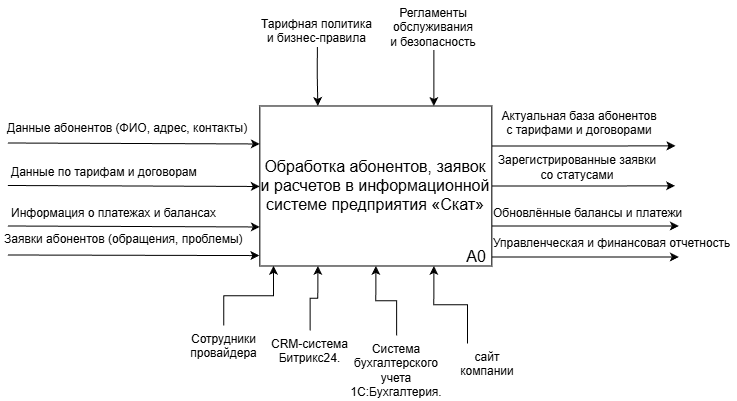
Earlier version of the draw.io export Диаграммы/IDEF0 0ур ПП.drawio.png (yMep2211/PP-01.01). Source tidied: cells renumbered, new cells last; positions are measured from the earlier drawing's top-left corner, leaving out a move shared by most shapes. Its diagram source:
```xml
<mxGraphModel>
  <root>
    <mxCell id="0" />
    <mxCell id="1" parent="0" />
    <mxCell id="2" style="edgeStyle=orthogonalEdgeStyle;rounded=0;jettySize=auto;html=1;exitX=1;exitY=0.25;exitDx=0;exitDy=0;" parent="1" edge="1" source="5">
      <mxGeometry relative="1" as="geometry">
        <mxPoint x="673" y="146.3" as="targetPoint" />
      </mxGeometry>
    </mxCell>
    <mxCell id="3" style="edgeStyle=orthogonalEdgeStyle;rounded=0;jettySize=auto;html=1;exitX=1;exitY=0.5;exitDx=0;exitDy=0;" parent="1" edge="1" source="5">
      <mxGeometry relative="1" as="geometry">
        <mxPoint x="672.6" y="186.3" as="targetPoint" />
      </mxGeometry>
    </mxCell>
    <mxCell id="4" style="edgeStyle=orthogonalEdgeStyle;rounded=0;jettySize=auto;html=1;exitX=1;exitY=0.75;exitDx=0;exitDy=0;" parent="1" edge="1" source="5">
      <mxGeometry relative="1" as="geometry">
        <mxPoint x="676.3" y="226.5" as="targetPoint" />
      </mxGeometry>
    </mxCell>
    <mxCell id="5" value="&lt;div&gt;&lt;span style=&quot;font-size: 16px;&quot;&gt;Обработка абонентов, заявок и расчетов в информационной системе предприятия «Скат»&lt;/span&gt;&lt;/div&gt;" style="rounded=0;whiteSpace=wrap;html=1;" parent="1" vertex="1">
      <mxGeometry x="257.3" y="106.5" width="232" height="160" as="geometry" />
    </mxCell>
    <mxCell id="6" value="Данные абонентов (ФИО, адрес, контакты)" style="text;whiteSpace=wrap;" parent="1" vertex="1">
      <mxGeometry x="3.3" y="115.5" width="245" height="27" as="geometry" />
    </mxCell>
    <mxCell id="7" value="Данные по тарифам и договорам" style="text;whiteSpace=wrap;" parent="1" vertex="1">
      <mxGeometry x="7.3" y="159.5" width="192" height="24" as="geometry" />
    </mxCell>
    <mxCell id="8" value="Информация о платежах и балансах" style="text;whiteSpace=wrap;" parent="1" vertex="1">
      <mxGeometry x="7.3" y="200.5" width="213" height="22" as="geometry" />
    </mxCell>
    <mxCell id="9" value="Заявки абонентов (обращения, проблемы)" style="text;whiteSpace=wrap;" parent="1" vertex="1">
      <mxGeometry x="0.3" y="226.5" width="245" height="25" as="geometry" />
    </mxCell>
    <mxCell id="10" style="endArrow=classic;html=1;rounded=0;entryX=-0.002;entryY=0.935;entryDx=0;entryDy=0;entryPerimeter=0;" parent="1" edge="1" target="5">
      <mxGeometry relative="1" as="geometry">
        <mxPoint x="5.3" y="255.5" as="sourcePoint" />
      </mxGeometry>
    </mxCell>
    <mxCell id="11" style="endArrow=classic;html=1;rounded=0;entryX=-0.002;entryY=0.935;entryDx=0;entryDy=0;entryPerimeter=0;" parent="1" edge="1">
      <mxGeometry relative="1" as="geometry">
        <mxPoint x="5.3" y="226.5" as="sourcePoint" />
        <mxPoint x="257.3" y="227.5" as="targetPoint" />
      </mxGeometry>
    </mxCell>
    <mxCell id="12" style="endArrow=classic;html=1;rounded=0;entryX=-0.002;entryY=0.935;entryDx=0;entryDy=0;entryPerimeter=0;" parent="1" edge="1">
      <mxGeometry relative="1" as="geometry">
        <mxPoint x="5.3" y="186" as="sourcePoint" />
        <mxPoint x="257.3" y="187" as="targetPoint" />
      </mxGeometry>
    </mxCell>
    <mxCell id="13" style="endArrow=classic;html=1;rounded=0;entryX=-0.002;entryY=0.935;entryDx=0;entryDy=0;entryPerimeter=0;" parent="1" edge="1">
      <mxGeometry relative="1" as="geometry">
        <mxPoint x="5.3" y="143.5" as="sourcePoint" />
        <mxPoint x="257.3" y="144.5" as="targetPoint" />
      </mxGeometry>
    </mxCell>
    <mxCell id="14" style="edgeStyle=orthogonalEdgeStyle;rounded=0;jettySize=auto;html=1;exitX=0.5;exitY=1;exitDx=0;exitDy=0;entryX=0.25;entryY=0;entryDx=0;entryDy=0;" parent="1" edge="1" source="15" target="5">
      <mxGeometry relative="1" as="geometry" />
    </mxCell>
    <mxCell id="15" value="Тарифная политика&#10;и бизнес-правила" style="text;whiteSpace=wrap;align=center;" parent="1" vertex="1">
      <mxGeometry x="257.3" y="11.5" width="115" height="36" as="geometry" />
    </mxCell>
    <mxCell id="16" style="edgeStyle=orthogonalEdgeStyle;rounded=0;jettySize=auto;html=1;entryX=0.75;entryY=0;entryDx=0;entryDy=0;" parent="1" edge="1" source="17" target="5">
      <mxGeometry relative="1" as="geometry" />
    </mxCell>
    <mxCell id="17" value="Регламенты обслуживания&#10;и безопасность" style="text;whiteSpace=wrap;align=center;" parent="1" vertex="1">
      <mxGeometry x="361.3" y="0.5" width="140" height="50" as="geometry" />
    </mxCell>
    <mxCell id="18" value="Актуальная база абонентов&#10;c тарифами и договорами" style="text;whiteSpace=wrap;align=center;" parent="1" vertex="1">
      <mxGeometry x="495.3" y="103.5" width="164" height="36" as="geometry" />
    </mxCell>
    <mxCell id="19" value="Зарегистрированные заявки cо статусами" style="text;html=1;whiteSpace=wrap;strokeColor=none;fillColor=none;align=center;verticalAlign=middle;rounded=0;" parent="1" vertex="1">
      <mxGeometry x="489.3" y="153.5" width="172" height="30" as="geometry" />
    </mxCell>
    <mxCell id="20" value="Обновлённые балансы и платежи" style="text;whiteSpace=wrap;" parent="1" vertex="1">
      <mxGeometry x="489.3" y="200.5" width="192" height="24" as="geometry" />
    </mxCell>
    <mxCell id="21" style="edgeStyle=orthogonalEdgeStyle;rounded=0;orthogonalLoop=1;jettySize=auto;html=1;exitX=1;exitY=0.75;exitDx=0;exitDy=0;" parent="1" edge="1">
      <mxGeometry relative="1" as="geometry">
        <mxPoint x="489.3" y="257.5" as="sourcePoint" />
        <mxPoint x="676.3" y="257.5" as="targetPoint" />
      </mxGeometry>
    </mxCell>
    <mxCell id="22" value="Управленческая и финансовая отчетность" style="text;whiteSpace=wrap;" parent="1" vertex="1">
      <mxGeometry x="489.3" y="230.5" width="244.7" height="36" as="geometry" />
    </mxCell>
    <mxCell id="23" style="edgeStyle=orthogonalEdgeStyle;rounded=0;jettySize=auto;html=1;exitX=0.5;exitY=0;exitDx=0;exitDy=0;entryX=0.059;entryY=0.999;entryDx=0;entryDy=0;entryPerimeter=0;" parent="1" edge="1" source="24" target="5">
      <mxGeometry relative="1" as="geometry" />
    </mxCell>
    <mxCell id="24" value="Сотрудники провайдера" style="text;whiteSpace=wrap;align=center;" parent="1" vertex="1">
      <mxGeometry x="182" y="326" width="78.5" height="36" as="geometry" />
    </mxCell>
    <mxCell id="25" style="edgeStyle=orthogonalEdgeStyle;rounded=0;jettySize=auto;html=1;exitX=0.5;exitY=0;exitDx=0;exitDy=0;entryX=0.25;entryY=1;entryDx=0;entryDy=0;" parent="1" edge="1" source="26" target="5">
      <mxGeometry relative="1" as="geometry" />
    </mxCell>
    <mxCell id="26" value="CRM-система Битрикс24." style="text;whiteSpace=wrap;align=center;" parent="1" vertex="1">
      <mxGeometry x="248.3" y="331" width="118.6" height="36" as="geometry" />
    </mxCell>
    <mxCell id="27" style="edgeStyle=orthogonalEdgeStyle;rounded=0;jettySize=auto;html=1;exitX=0.5;exitY=0;exitDx=0;exitDy=0;entryX=0.5;entryY=1;entryDx=0;entryDy=0;" parent="1" edge="1" source="28" target="5">
      <mxGeometry relative="1" as="geometry" />
    </mxCell>
    <mxCell id="28" value="Система бухгалтерского учета 1С:Бухгалтерия." style="text;whiteSpace=wrap;align=center;" parent="1" vertex="1">
      <mxGeometry x="354" y="336" width="80.2" height="36" as="geometry" />
    </mxCell>
    <mxCell id="29" value="сайт компании" style="text;whiteSpace=wrap;align=center;" parent="1" vertex="1">
      <mxGeometry x="445" y="344" width="80.2" height="36" as="geometry" />
    </mxCell>
    <mxCell id="30" style="edgeStyle=orthogonalEdgeStyle;rounded=0;jettySize=auto;html=1;exitX=0.25;exitY=0;exitDx=0;exitDy=0;entryX=0.75;entryY=1;entryDx=0;entryDy=0;" parent="1" edge="1" source="29" target="5">
      <mxGeometry relative="1" as="geometry" />
    </mxCell>
    <mxCell id="31" value="А0" style="text;whiteSpace=wrap;align=center;fontSize=16;" parent="1" vertex="1">
      <mxGeometry x="434.2" y="241" width="80.2" height="36" as="geometry" />
    </mxCell>
  </root>
</mxGraphModel>
```
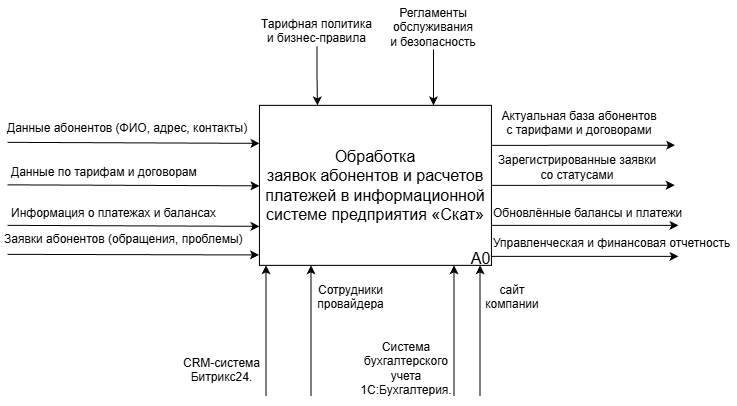
The same diagram one commit later.

Change to the diagram source:
```diff
@@ -2,24 +2,24 @@
   <root>
     <mxCell id="0" />
     <mxCell id="1" parent="0" />
-    <mxCell id="2" style="edgeStyle=orthogonalEdgeStyle;rounded=0;jettySize=auto;html=1;exitX=1;exitY=0.25;exitDx=0;exitDy=0;" parent="1" edge="1" source="5">
-      <mxGeometry relative="1" as="geometry">
-        <mxPoint x="673" y="146.3" as="targetPoint" />
-      </mxGeometry>
-    </mxCell>
-    <mxCell id="3" style="edgeStyle=orthogonalEdgeStyle;rounded=0;jettySize=auto;html=1;exitX=1;exitY=0.5;exitDx=0;exitDy=0;" parent="1" edge="1" source="5">
-      <mxGeometry relative="1" as="geometry">
-        <mxPoint x="672.6" y="186.3" as="targetPoint" />
-      </mxGeometry>
-    </mxCell>
-    <mxCell id="4" style="edgeStyle=orthogonalEdgeStyle;rounded=0;jettySize=auto;html=1;exitX=1;exitY=0.75;exitDx=0;exitDy=0;" parent="1" edge="1" source="5">
-      <mxGeometry relative="1" as="geometry">
-        <mxPoint x="676.3" y="226.5" as="targetPoint" />
-      </mxGeometry>
-    </mxCell>
-    <mxCell id="5" value="&lt;div&gt;&lt;span style=&quot;font-size: 16px;&quot;&gt;Обработка абонентов, заявок и расчетов в информационной системе предприятия «Скат»&lt;/span&gt;&lt;/div&gt;" style="rounded=0;whiteSpace=wrap;html=1;" parent="1" vertex="1">
-      <mxGeometry x="257.3" y="106.5" width="232" height="160" as="geometry" />
-    </mxCell>
+    <mxCell id="32" style="edgeStyle=orthogonalEdgeStyle;rounded=0;jettySize=auto;html=1;exitX=1;exitY=0.25;exitDx=0;exitDy=0;" parent="1" edge="1" source="35">
+      <mxGeometry relative="1" as="geometry">
+        <mxPoint x="672.9" y="146.4" as="targetPoint" />
+      </mxGeometry>
+    </mxCell>
+    <mxCell id="33" style="edgeStyle=orthogonalEdgeStyle;rounded=0;jettySize=auto;html=1;exitX=1;exitY=0.5;exitDx=0;exitDy=0;" parent="1" edge="1" source="35">
+      <mxGeometry relative="1" as="geometry">
+        <mxPoint x="672.5" y="186.4" as="targetPoint" />
+      </mxGeometry>
+    </mxCell>
+    <mxCell id="34" style="edgeStyle=orthogonalEdgeStyle;rounded=0;jettySize=auto;html=1;exitX=1;exitY=0.75;exitDx=0;exitDy=0;" parent="1" edge="1" source="35">
+      <mxGeometry relative="1" as="geometry">
+        <mxPoint x="676.3" y="226.5" as="targetPoint" />
+      </mxGeometry>
+    </mxCell>
+    <mxCell id="35" value="&lt;div&gt;&lt;span style=&quot;font-size: 16px;&quot;&gt;Обработка заявок&amp;nbsp;&lt;/span&gt;&lt;span style=&quot;font-size: 16px; background-color: transparent; color: light-dark(rgb(0, 0, 0), rgb(255, 255, 255));&quot;&gt;абонентов&amp;nbsp;&lt;/span&gt;&lt;span style=&quot;font-size: 16px; background-color: transparent; color: light-dark(rgb(0, 0, 0), rgb(255, 255, 255));&quot;&gt;и расчетов платежей в информационной системе предприятия «Скат»&lt;/span&gt;&lt;/div&gt;" style="rounded=0;whiteSpace=wrap;html=1;" parent="1" vertex="1">
+      <mxGeometry x="257.3" y="106.5" width="232" height="160" as="geometry" />
+    </mxCell>
     <mxCell id="6" value="Данные абонентов (ФИО, адрес, контакты)" style="text;whiteSpace=wrap;" parent="1" vertex="1">
       <mxGeometry x="3.3" y="115.5" width="245" height="27" as="geometry" />
     </mxCell>
@@ -32,38 +32,38 @@
     <mxCell id="9" value="Заявки абонентов (обращения, проблемы)" style="text;whiteSpace=wrap;" parent="1" vertex="1">
       <mxGeometry x="0.3" y="226.5" width="245" height="25" as="geometry" />
     </mxCell>
-    <mxCell id="10" style="endArrow=classic;html=1;rounded=0;entryX=-0.002;entryY=0.935;entryDx=0;entryDy=0;entryPerimeter=0;" parent="1" edge="1" target="5">
-      <mxGeometry relative="1" as="geometry">
-        <mxPoint x="5.3" y="255.5" as="sourcePoint" />
-      </mxGeometry>
-    </mxCell>
-    <mxCell id="11" style="endArrow=classic;html=1;rounded=0;entryX=-0.002;entryY=0.935;entryDx=0;entryDy=0;entryPerimeter=0;" parent="1" edge="1">
-      <mxGeometry relative="1" as="geometry">
-        <mxPoint x="5.3" y="226.5" as="sourcePoint" />
-        <mxPoint x="257.3" y="227.5" as="targetPoint" />
-      </mxGeometry>
-    </mxCell>
-    <mxCell id="12" style="endArrow=classic;html=1;rounded=0;entryX=-0.002;entryY=0.935;entryDx=0;entryDy=0;entryPerimeter=0;" parent="1" edge="1">
-      <mxGeometry relative="1" as="geometry">
-        <mxPoint x="5.3" y="186" as="sourcePoint" />
-        <mxPoint x="257.3" y="187" as="targetPoint" />
-      </mxGeometry>
-    </mxCell>
-    <mxCell id="13" style="endArrow=classic;html=1;rounded=0;entryX=-0.002;entryY=0.935;entryDx=0;entryDy=0;entryPerimeter=0;" parent="1" edge="1">
-      <mxGeometry relative="1" as="geometry">
-        <mxPoint x="5.3" y="143.5" as="sourcePoint" />
-        <mxPoint x="257.3" y="144.5" as="targetPoint" />
-      </mxGeometry>
-    </mxCell>
-    <mxCell id="14" style="edgeStyle=orthogonalEdgeStyle;rounded=0;jettySize=auto;html=1;exitX=0.5;exitY=1;exitDx=0;exitDy=0;entryX=0.25;entryY=0;entryDx=0;entryDy=0;" parent="1" edge="1" source="15" target="5">
-      <mxGeometry relative="1" as="geometry" />
-    </mxCell>
+    <mxCell id="36" style="endArrow=classic;html=1;rounded=0;entryX=-0.002;entryY=0.935;entryDx=0;entryDy=0;entryPerimeter=0;" parent="1" edge="1" target="35">
+      <mxGeometry relative="1" as="geometry">
+        <mxPoint x="5.3" y="255.5" as="sourcePoint" />
+      </mxGeometry>
+    </mxCell>
+    <mxCell id="37" style="endArrow=classic;html=1;rounded=0;entryX=-0.002;entryY=0.935;entryDx=0;entryDy=0;entryPerimeter=0;" parent="1" edge="1">
+      <mxGeometry relative="1" as="geometry">
+        <mxPoint x="5.3" y="226.5" as="sourcePoint" />
+        <mxPoint x="257.3" y="227.5" as="targetPoint" />
+      </mxGeometry>
+    </mxCell>
+    <mxCell id="38" style="endArrow=classic;html=1;rounded=0;entryX=-0.002;entryY=0.935;entryDx=0;entryDy=0;entryPerimeter=0;" parent="1" edge="1">
+      <mxGeometry relative="1" as="geometry">
+        <mxPoint x="5.3" y="186" as="sourcePoint" />
+        <mxPoint x="257.3" y="187" as="targetPoint" />
+      </mxGeometry>
+    </mxCell>
+    <mxCell id="39" style="endArrow=classic;html=1;rounded=0;entryX=-0.002;entryY=0.935;entryDx=0;entryDy=0;entryPerimeter=0;" parent="1" edge="1">
+      <mxGeometry relative="1" as="geometry">
+        <mxPoint x="5.3" y="143.5" as="sourcePoint" />
+        <mxPoint x="257.3" y="144.5" as="targetPoint" />
+      </mxGeometry>
+    </mxCell>
+    <mxCell id="40" style="edgeStyle=orthogonalEdgeStyle;rounded=0;jettySize=auto;html=1;exitX=0.5;exitY=1;exitDx=0;exitDy=0;entryX=0.25;entryY=0;entryDx=0;entryDy=0;" parent="1" edge="1" source="15" target="35">
+      <mxGeometry relative="1" as="geometry" />
+    </mxCell>
     <mxCell id="15" value="Тарифная политика&#10;и бизнес-правила" style="text;whiteSpace=wrap;align=center;" parent="1" vertex="1">
       <mxGeometry x="257.3" y="11.5" width="115" height="36" as="geometry" />
     </mxCell>
-    <mxCell id="16" style="edgeStyle=orthogonalEdgeStyle;rounded=0;jettySize=auto;html=1;entryX=0.75;entryY=0;entryDx=0;entryDy=0;" parent="1" edge="1" source="17" target="5">
-      <mxGeometry relative="1" as="geometry" />
-    </mxCell>
+    <mxCell id="41" style="edgeStyle=orthogonalEdgeStyle;rounded=0;jettySize=auto;html=1;entryX=0.75;entryY=0;entryDx=0;entryDy=0;" parent="1" edge="1" source="17" target="35">
+      <mxGeometry relative="1" as="geometry" />
+    </mxCell>
     <mxCell id="17" value="Регламенты обслуживания&#10;и безопасность" style="text;whiteSpace=wrap;align=center;" parent="1" vertex="1">
       <mxGeometry x="361.3" y="0.5" width="140" height="50" as="geometry" />
     </mxCell>
@@ -76,41 +76,53 @@
     <mxCell id="20" value="Обновлённые балансы и платежи" style="text;whiteSpace=wrap;" parent="1" vertex="1">
       <mxGeometry x="489.3" y="200.5" width="192" height="24" as="geometry" />
     </mxCell>
-    <mxCell id="21" style="edgeStyle=orthogonalEdgeStyle;rounded=0;orthogonalLoop=1;jettySize=auto;html=1;exitX=1;exitY=0.75;exitDx=0;exitDy=0;" parent="1" edge="1">
-      <mxGeometry relative="1" as="geometry">
-        <mxPoint x="489.3" y="257.5" as="sourcePoint" />
-        <mxPoint x="676.3" y="257.5" as="targetPoint" />
-      </mxGeometry>
-    </mxCell>
+    <mxCell id="42" style="edgeStyle=orthogonalEdgeStyle;rounded=0;orthogonalLoop=1;jettySize=auto;html=1;exitX=1;exitY=0.75;exitDx=0;exitDy=0;" parent="1" edge="1">
+      <mxGeometry relative="1" as="geometry">
+        <mxPoint x="489.3" y="257.5" as="sourcePoint" />
+        <mxPoint x="676.3" y="257.5" as="targetPoint" />
+      </mxGeometry>
+    </mxCell>
     <mxCell id="22" value="Управленческая и финансовая отчетность" style="text;whiteSpace=wrap;" parent="1" vertex="1">
       <mxGeometry x="489.3" y="230.5" width="244.7" height="36" as="geometry" />
     </mxCell>
-    <mxCell id="23" style="edgeStyle=orthogonalEdgeStyle;rounded=0;jettySize=auto;html=1;exitX=0.5;exitY=0;exitDx=0;exitDy=0;entryX=0.059;entryY=0.999;entryDx=0;entryDy=0;entryPerimeter=0;" parent="1" edge="1" source="24" target="5">
-      <mxGeometry relative="1" as="geometry" />
-    </mxCell>
     <mxCell id="24" value="Сотрудники провайдера" style="text;whiteSpace=wrap;align=center;" parent="1" vertex="1">
-      <mxGeometry x="182" y="326" width="78.5" height="36" as="geometry" />
+      <mxGeometry x="308.8" y="277.2" width="78.5" height="36" as="geometry" />
     </mxCell>
-    <mxCell id="25" style="edgeStyle=orthogonalEdgeStyle;rounded=0;jettySize=auto;html=1;exitX=0.5;exitY=0;exitDx=0;exitDy=0;entryX=0.25;entryY=1;entryDx=0;entryDy=0;" parent="1" edge="1" source="26" target="5">
-      <mxGeometry relative="1" as="geometry" />
-    </mxCell>
     <mxCell id="26" value="CRM-система Битрикс24." style="text;whiteSpace=wrap;align=center;" parent="1" vertex="1">
-      <mxGeometry x="248.3" y="331" width="118.6" height="36" as="geometry" />
+      <mxGeometry x="159.8" y="350.2" width="118.6" height="36" as="geometry" />
     </mxCell>
-    <mxCell id="27" style="edgeStyle=orthogonalEdgeStyle;rounded=0;jettySize=auto;html=1;exitX=0.5;exitY=0;exitDx=0;exitDy=0;entryX=0.5;entryY=1;entryDx=0;entryDy=0;" parent="1" edge="1" source="28" target="5">
-      <mxGeometry relative="1" as="geometry" />
-    </mxCell>
     <mxCell id="28" value="Система бухгалтерского учета 1С:Бухгалтерия." style="text;whiteSpace=wrap;align=center;" parent="1" vertex="1">
-      <mxGeometry x="354" y="336" width="80.2" height="36" as="geometry" />
+      <mxGeometry x="363.8" y="334.2" width="80.2" height="36" as="geometry" />
     </mxCell>
     <mxCell id="29" value="сайт компании" style="text;whiteSpace=wrap;align=center;" parent="1" vertex="1">
-      <mxGeometry x="445" y="344" width="80.2" height="36" as="geometry" />
+      <mxGeometry x="469.8" y="277.2" width="80.2" height="36" as="geometry" />
     </mxCell>
-    <mxCell id="30" style="edgeStyle=orthogonalEdgeStyle;rounded=0;jettySize=auto;html=1;exitX=0.25;exitY=0;exitDx=0;exitDy=0;entryX=0.75;entryY=1;entryDx=0;entryDy=0;" parent="1" edge="1" source="29" target="5">
-      <mxGeometry relative="1" as="geometry" />
-    </mxCell>
     <mxCell id="31" value="А0" style="text;whiteSpace=wrap;align=center;fontSize=16;" parent="1" vertex="1">
-      <mxGeometry x="434.2" y="241" width="80.2" height="36" as="geometry" />
+      <mxGeometry x="469.8" y="243" width="16.7" height="11.1" as="geometry" />
     </mxCell>
+    <mxCell id="43" style="endArrow=classic;html=1;rounded=0;entryX=0.817;entryY=1.001;entryDx=0;entryDy=0;entryPerimeter=0;" parent="1" edge="1">
+      <mxGeometry relative="1" as="geometry">
+        <mxPoint x="451.8" y="397.2" as="sourcePoint" />
+        <mxPoint x="451.8" y="266.6" as="targetPoint" />
+      </mxGeometry>
+    </mxCell>
+    <mxCell id="44" style="endArrow=classic;html=1;rounded=0;entryX=0.817;entryY=1.001;entryDx=0;entryDy=0;entryPerimeter=0;" parent="1" edge="1">
+      <mxGeometry relative="1" as="geometry">
+        <mxPoint x="477.9" y="397.2" as="sourcePoint" />
+        <mxPoint x="477.9" y="266.6" as="targetPoint" />
+      </mxGeometry>
+    </mxCell>
+    <mxCell id="45" style="endArrow=classic;html=1;rounded=0;entryX=0.817;entryY=1.001;entryDx=0;entryDy=0;entryPerimeter=0;" parent="1" edge="1">
+      <mxGeometry relative="1" as="geometry">
+        <mxPoint x="308.8" y="397.2" as="sourcePoint" />
+        <mxPoint x="308.8" y="266.6" as="targetPoint" />
+      </mxGeometry>
+    </mxCell>
+    <mxCell id="46" style="endArrow=classic;html=1;rounded=0;entryX=0.817;entryY=1.001;entryDx=0;entryDy=0;entryPerimeter=0;" parent="1" edge="1">
+      <mxGeometry relative="1" as="geometry">
+        <mxPoint x="263.8" y="397.2" as="sourcePoint" />
+        <mxPoint x="263.8" y="266.6" as="targetPoint" />
+      </mxGeometry>
+    </mxCell>
   </root>
 </mxGraphModel>
```
